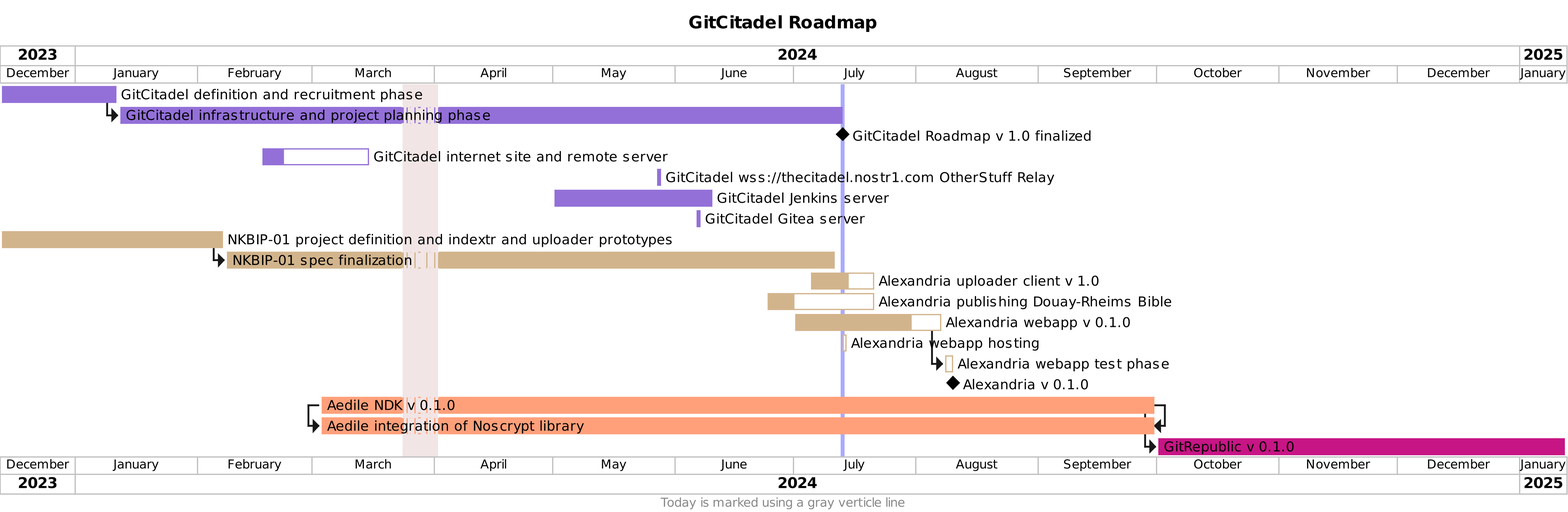
ShadowySupercode/gitcitadel keeps this PlantUML diagram as plantUML/GitCitadelRoadmap.png. Above is the earlier version.
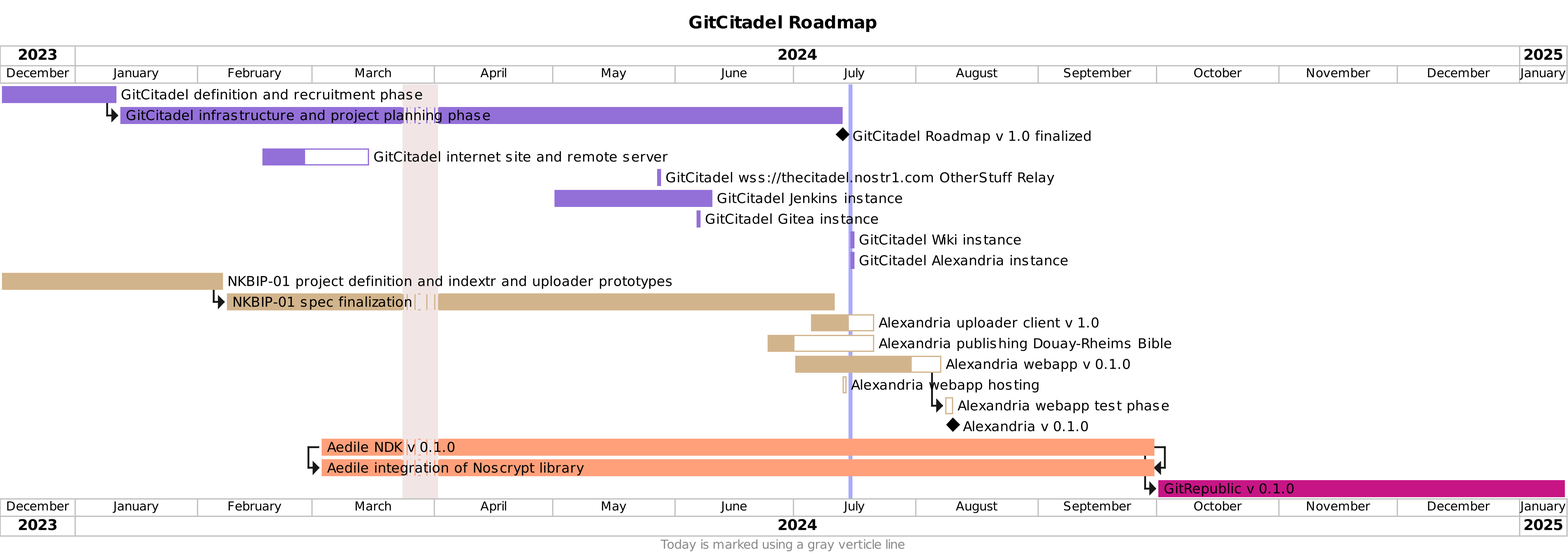
Above is the later version.

Commit message:
Roadmap updated with wiki and alexandria instances on remote server

What changed in the source:
```diff
@@ -4,7 +4,7 @@
 title GitCitadel Roadmap
 
 Project starts 2023-12-13
-today is 2024-07-13 and is colored in #AAF
+today is 2024-07-15 and is colored in #AAF
 footer Today is marked using a gray verticle line
 
 2024-03-24 to 2024-04-1 is closed
@@ -25,23 +25,33 @@
 [GitCitadel internet site and remote server] as [GC3] is colored in MediumPurple
     [GC3] starts 2024-02-17
     [GC3] requires 4 weeks
-    [GC3] is 20% completed
+    [GC3] is 40% completed
     [GC3] links to [[https://gitcitadel.eu/]]
 [GitCitadel wss://thecitadel.nostr1.com OtherStuff Relay] as [GC4] is colored in MediumPurple
     [GC4] starts 2024-05-27
     [GC4] requires 2 days
     [GC4] is 100% completed
     [GC4] links to [[https://next.nostrudel.ninja/#/wiki/topic/gitcitadel-relay]]
-[GitCitadel Jenkins server] as [GC5] is colored in MediumPurple
+[GitCitadel Jenkins instance] as [GC5] is colored in MediumPurple
     [GC5] starts 2024-05-01
     [GC5] ends 2024-06-10
     [GC5] is 100% completed
     [GC5] links to [[https://jenkins.gitcitadel.eu]]
-[GitCitadel Gitea server] as [GC6] is colored in MediumPurple
+[GitCitadel Gitea instance] as [GC6] is colored in MediumPurple
     [GC6] starts 2024-06-06
     [GC6] requires 2 days
     [GC6] is 80% completed
     [GC6] links to [[https://gitea.gitcitadel.eu/]]
+[GitCitadel Wiki instance] as [GC7] is colored in MediumPurple
+    [GC7] starts 2024-07-15
+    [GC7] requires 2 days
+    [GC7] is 80% completed
+    [GC7] links to [[https://wiki.gitcitadel.eu/]]
+[GitCitadel Alexandria instance] as [GC8] is colored in MediumPurple
+    [GC8] starts 2024-07-15
+    [GC8] requires 2 days
+    [GC8] is 80% completed
+    [GC8] links to [[https://alexandria.gitcitadel.eu/]]
 
 [NKBIP-01 project definition and indextr and uploader prototypes] as [A1] is colored in Tan
     [A1] starts 2023-11-17 and ends 2024-02-07
```
